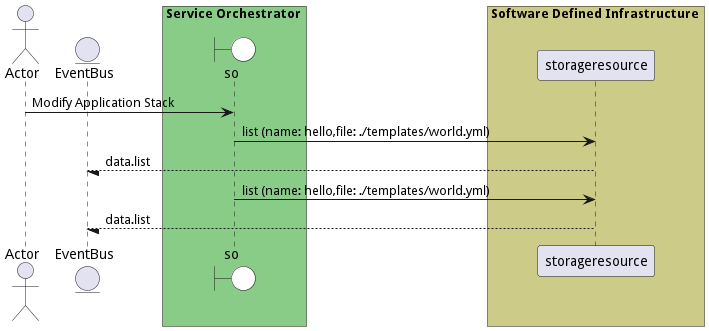
madajaju/edgemere keeps this PlantUML diagram as docs/edgemere/sml/so/usecases/managestacks/ModifyApplicationStack.png. Above is the earlier version.
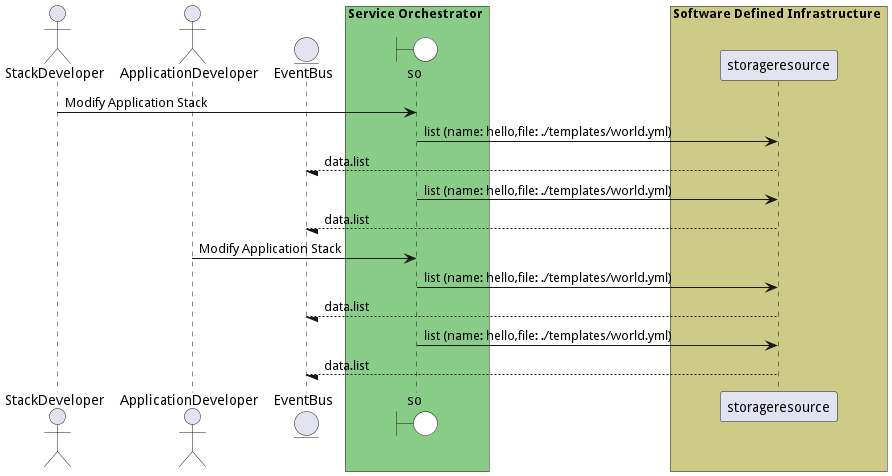
The same diagram one commit later.

What changed in the source:
```diff
@@ -1,6 +1,8 @@
 @startuml
 
-actor "Actor"
+actor "StackDeveloper"
+
+actor "ApplicationDeveloper"
 
 
 entity EventBus
@@ -15,7 +17,18 @@
     end box
 
 
-"Actor" -> so: Modify Application Stack
+"StackDeveloper" -> so: Modify Application Stack
+
+    so -> "storageresource": list (name: hello,file: ./templates/world.yml)
+
+    "storageresource" --/ EventBus: data.list
+
+    so -> "storageresource": list (name: hello,file: ./templates/world.yml)
+
+    "storageresource" --/ EventBus: data.list
+
+
+"ApplicationDeveloper" -> so: Modify Application Stack
 
     so -> "storageresource": list (name: hello,file: ./templates/world.yml)
 
```
